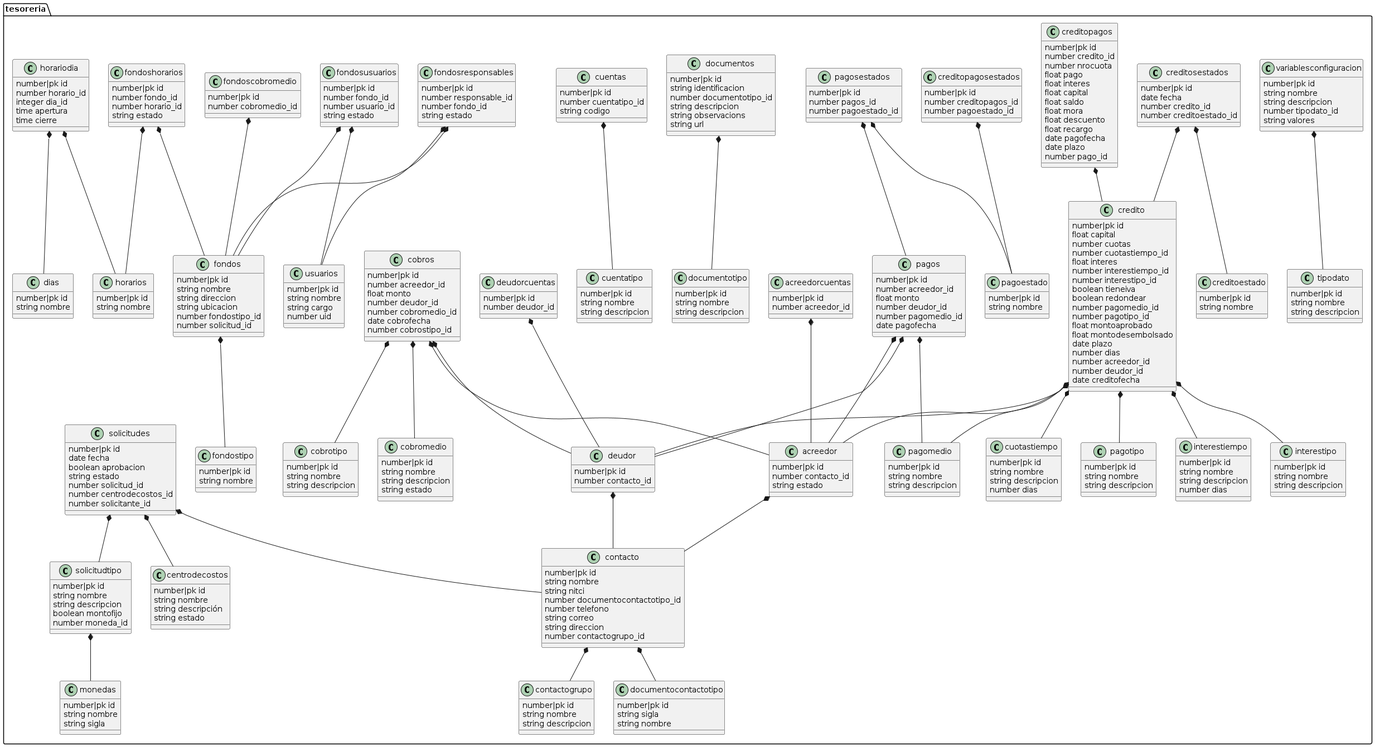
jptord/apimaster keeps this PlantUML diagram as public/diagrams/temp.png. Above is the earlier version.
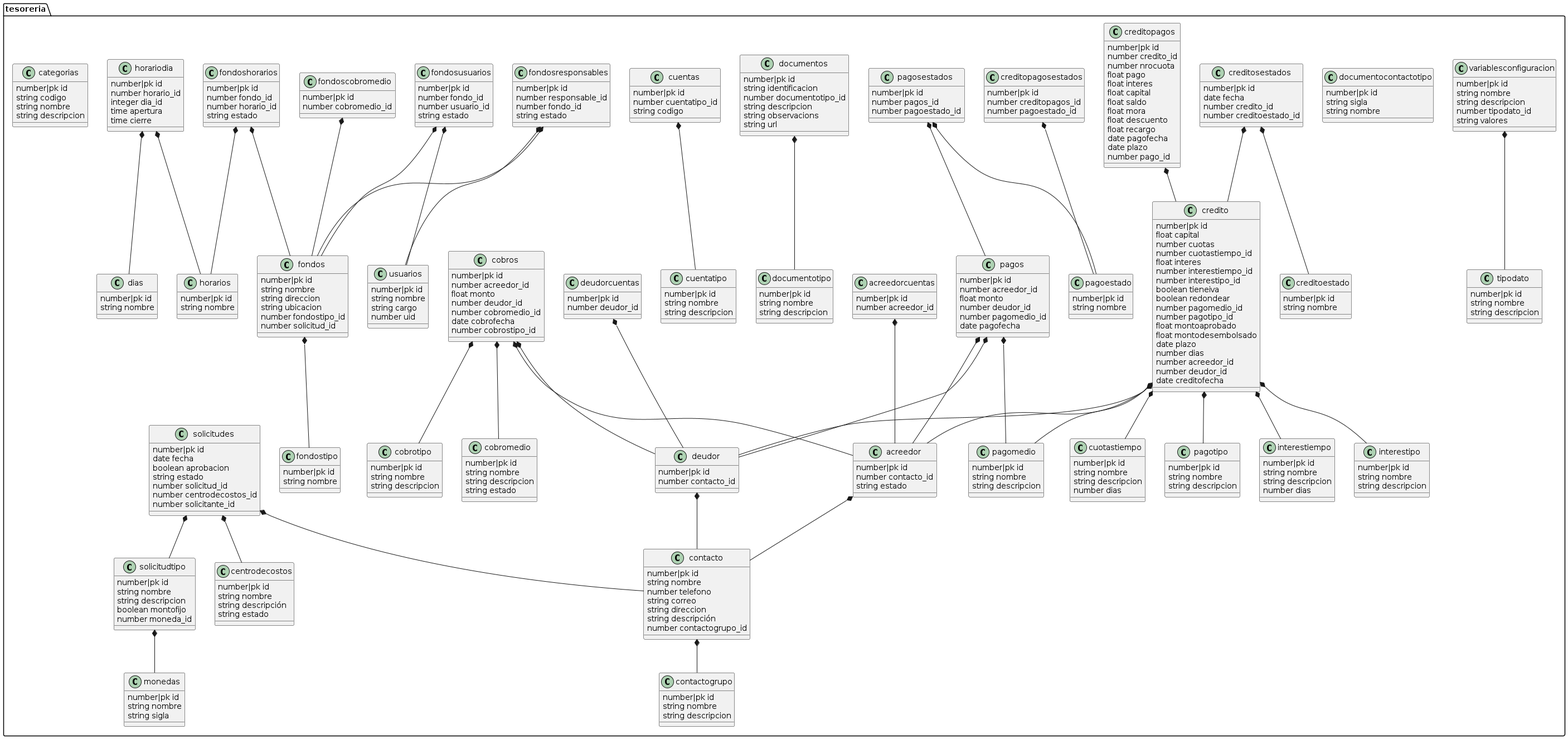
The same diagram one commit later.

Diff of the diagram source:
```diff
@@ -66,11 +66,10 @@
 	class contacto{
 		number|pk id
 		string nombre
-		string nitci
-		number documentocontactotipo_id
 		number telefono
 		string correo
 		string direccion
+		string descripción
 		number contactogrupo_id
 	}
 	class creditoestado{
@@ -268,10 +267,15 @@
 		string descripción
 		string estado
 	}
+	class categorias{
+		number|pk id
+		string codigo
+		string nombre
+		string descripcion
+	}
 variablesconfiguracion *-- tipodato
 acreedor *-- contacto
 deudor *-- contacto
-contacto *-- documentocontactotipo
 contacto *-- contactogrupo
 credito *-- cuotastiempo
 credito *-- interestiempo
```
